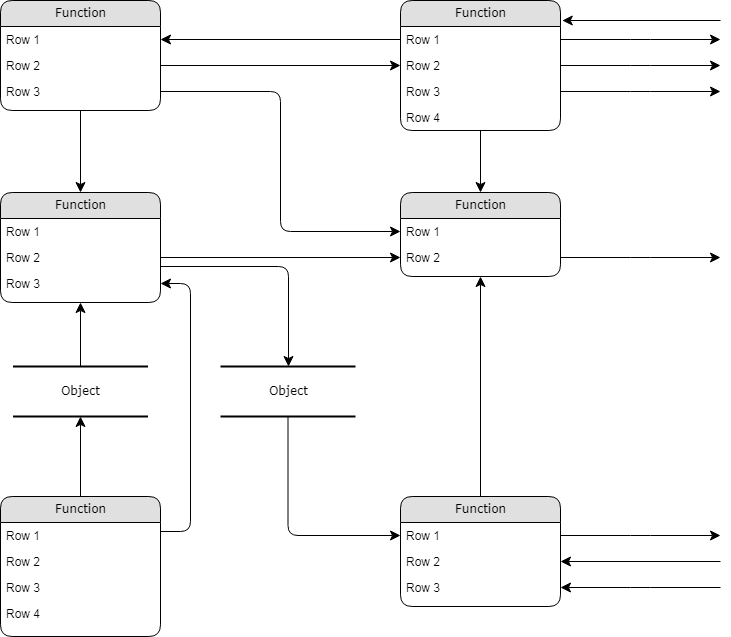
The draw.io diagram DATABASE.drawio.png in jonie20/index, before a commit. Source tidied: cells renumbered, new cells last; positions are measured from the earlier drawing's top-left corner, leaving out a move shared by most shapes. Source of this version:
```xml
<mxGraphModel>
  <root>
    <mxCell id="0" />
    <mxCell id="1" parent="0" />
    <mxCell id="2" value="Object" style="html=1;rounded=0;shadow=0;comic=0;labelBackgroundColor=none;strokeWidth=2;fontFamily=Verdana;fontSize=12;align=center;shape=mxgraph.ios7ui.horLines;" parent="1" vertex="1">
      <mxGeometry x="12.5" y="366" width="135" height="50" as="geometry" />
    </mxCell>
    <mxCell id="3" value="Function" style="swimlane;html=1;fontStyle=0;horizontal=1;startSize=26;fillColor=#e0e0e0;swimlaneFillColor=#ffffff;align=center;rounded=1;shadow=0;comic=0;labelBackgroundColor=none;strokeWidth=1;fontFamily=Verdana;fontSize=12;" parent="1" vertex="1">
      <mxGeometry width="160" height="110" as="geometry" />
    </mxCell>
    <mxCell id="4" value="Row 1" style="text;html=1;strokeColor=none;fillColor=none;spacingLeft=4;spacingRight=4;whiteSpace=wrap;overflow=hidden;points=[[0,0.5],[1,0.5]];portConstraint=eastwest;" parent="3" vertex="1">
      <mxGeometry y="26" width="160" height="26" as="geometry" />
    </mxCell>
    <mxCell id="5" value="Row 2" style="text;html=1;strokeColor=none;fillColor=none;spacingLeft=4;spacingRight=4;whiteSpace=wrap;overflow=hidden;points=[[0,0.5],[1,0.5]];portConstraint=eastwest;" parent="3" vertex="1">
      <mxGeometry y="52" width="160" height="26" as="geometry" />
    </mxCell>
    <mxCell id="6" value="Row 3" style="text;html=1;strokeColor=none;fillColor=none;spacingLeft=4;spacingRight=4;whiteSpace=wrap;overflow=hidden;points=[[0,0.5],[1,0.5]];portConstraint=eastwest;" parent="3" vertex="1">
      <mxGeometry y="78" width="160" height="26" as="geometry" />
    </mxCell>
    <mxCell id="7" value="Function" style="swimlane;html=1;fontStyle=0;horizontal=1;startSize=26;fillColor=#e0e0e0;swimlaneFillColor=#ffffff;align=center;rounded=1;shadow=0;comic=0;labelBackgroundColor=none;strokeWidth=1;fontFamily=Verdana;fontSize=12;" parent="1" vertex="1">
      <mxGeometry x="400" width="160" height="130" as="geometry" />
    </mxCell>
    <mxCell id="8" value="Row 1" style="text;html=1;strokeColor=none;fillColor=none;spacingLeft=4;spacingRight=4;whiteSpace=wrap;overflow=hidden;points=[[0,0.5],[1,0.5]];portConstraint=eastwest;" parent="7" vertex="1">
      <mxGeometry y="26" width="160" height="26" as="geometry" />
    </mxCell>
    <mxCell id="9" value="Row 2" style="text;html=1;strokeColor=none;fillColor=none;spacingLeft=4;spacingRight=4;whiteSpace=wrap;overflow=hidden;points=[[0,0.5],[1,0.5]];portConstraint=eastwest;" parent="7" vertex="1">
      <mxGeometry y="52" width="160" height="26" as="geometry" />
    </mxCell>
    <mxCell id="10" value="Row 3" style="text;html=1;strokeColor=none;fillColor=none;spacingLeft=4;spacingRight=4;whiteSpace=wrap;overflow=hidden;points=[[0,0.5],[1,0.5]];portConstraint=eastwest;" parent="7" vertex="1">
      <mxGeometry y="78" width="160" height="26" as="geometry" />
    </mxCell>
    <mxCell id="11" value="Row 4" style="text;html=1;strokeColor=none;fillColor=none;spacingLeft=4;spacingRight=4;whiteSpace=wrap;overflow=hidden;" parent="7" vertex="1">
      <mxGeometry y="104" width="160" height="26" as="geometry" />
    </mxCell>
    <mxCell id="12" value="Function" style="swimlane;html=1;fontStyle=0;horizontal=1;startSize=26;fillColor=#e0e0e0;swimlaneFillColor=#ffffff;align=center;rounded=1;shadow=0;comic=0;labelBackgroundColor=none;strokeWidth=1;fontFamily=Verdana;fontSize=12;" parent="1" vertex="1">
      <mxGeometry y="192" width="160" height="110" as="geometry" />
    </mxCell>
    <mxCell id="13" value="Row 1" style="text;html=1;strokeColor=none;fillColor=none;spacingLeft=4;spacingRight=4;whiteSpace=wrap;overflow=hidden;" parent="12" vertex="1">
      <mxGeometry y="26" width="160" height="26" as="geometry" />
    </mxCell>
    <mxCell id="14" value="Row 2" style="text;html=1;strokeColor=none;fillColor=none;spacingLeft=4;spacingRight=4;whiteSpace=wrap;overflow=hidden;points=[[0,0.5],[1,0.5]];portConstraint=eastwest;" parent="12" vertex="1">
      <mxGeometry y="52" width="160" height="26" as="geometry" />
    </mxCell>
    <mxCell id="15" value="Row 3" style="text;html=1;strokeColor=none;fillColor=none;spacingLeft=4;spacingRight=4;whiteSpace=wrap;overflow=hidden;points=[[0,0.5],[1,0.5]];portConstraint=eastwest;" parent="12" vertex="1">
      <mxGeometry y="78" width="160" height="26" as="geometry" />
    </mxCell>
    <mxCell id="16" value="Function" style="swimlane;html=1;fontStyle=0;horizontal=1;startSize=26;fillColor=#e0e0e0;swimlaneFillColor=#ffffff;align=center;rounded=1;shadow=0;comic=0;labelBackgroundColor=none;strokeWidth=1;fontFamily=Verdana;fontSize=12;" parent="1" vertex="1">
      <mxGeometry y="496" width="160" height="140" as="geometry" />
    </mxCell>
    <mxCell id="17" value="Row 1" style="text;html=1;strokeColor=none;fillColor=none;spacingLeft=4;spacingRight=4;whiteSpace=wrap;overflow=hidden;" parent="16" vertex="1">
      <mxGeometry y="26" width="160" height="26" as="geometry" />
    </mxCell>
    <mxCell id="18" value="Row 2" style="text;html=1;strokeColor=none;fillColor=none;spacingLeft=4;spacingRight=4;whiteSpace=wrap;overflow=hidden;" parent="16" vertex="1">
      <mxGeometry y="52" width="160" height="26" as="geometry" />
    </mxCell>
    <mxCell id="19" value="Row 3" style="text;html=1;strokeColor=none;fillColor=none;spacingLeft=4;spacingRight=4;whiteSpace=wrap;overflow=hidden;" parent="16" vertex="1">
      <mxGeometry y="78" width="160" height="26" as="geometry" />
    </mxCell>
    <mxCell id="20" value="Row 4" style="text;html=1;strokeColor=none;fillColor=none;spacingLeft=4;spacingRight=4;whiteSpace=wrap;overflow=hidden;" parent="16" vertex="1">
      <mxGeometry y="104" width="160" height="26" as="geometry" />
    </mxCell>
    <mxCell id="21" value="Function" style="swimlane;html=1;fontStyle=0;horizontal=1;startSize=26;fillColor=#e0e0e0;swimlaneFillColor=#ffffff;align=center;rounded=1;shadow=0;comic=0;labelBackgroundColor=none;strokeWidth=1;fontFamily=Verdana;fontSize=12;" parent="1" vertex="1">
      <mxGeometry x="400" y="192" width="160" height="84" as="geometry" />
    </mxCell>
    <mxCell id="22" value="Row 1" style="text;html=1;strokeColor=none;fillColor=none;spacingLeft=4;spacingRight=4;whiteSpace=wrap;overflow=hidden;points=[[0,0.5],[1,0.5]];portConstraint=eastwest;" parent="21" vertex="1">
      <mxGeometry y="26" width="160" height="26" as="geometry" />
    </mxCell>
    <mxCell id="23" value="Row 2" style="text;html=1;strokeColor=none;fillColor=none;spacingLeft=4;spacingRight=4;whiteSpace=wrap;overflow=hidden;points=[[0,0.5],[1,0.5]];portConstraint=eastwest;" parent="21" vertex="1">
      <mxGeometry y="52" width="160" height="26" as="geometry" />
    </mxCell>
    <mxCell id="24" value="Function" style="swimlane;html=1;fontStyle=0;horizontal=1;startSize=26;fillColor=#e0e0e0;swimlaneFillColor=#ffffff;align=center;rounded=1;shadow=0;comic=0;labelBackgroundColor=none;strokeWidth=1;fontFamily=Verdana;fontSize=12;" parent="1" vertex="1">
      <mxGeometry x="400" y="496" width="160" height="110" as="geometry" />
    </mxCell>
    <mxCell id="25" value="Row 1" style="text;html=1;strokeColor=none;fillColor=none;spacingLeft=4;spacingRight=4;whiteSpace=wrap;overflow=hidden;points=[[0,0.5],[1,0.5]];portConstraint=eastwest;" parent="24" vertex="1">
      <mxGeometry y="26" width="160" height="26" as="geometry" />
    </mxCell>
    <mxCell id="26" value="Row 2" style="text;html=1;strokeColor=none;fillColor=none;spacingLeft=4;spacingRight=4;whiteSpace=wrap;overflow=hidden;points=[[0,0.5],[1,0.5]];portConstraint=eastwest;" parent="24" vertex="1">
      <mxGeometry y="52" width="160" height="26" as="geometry" />
    </mxCell>
    <mxCell id="27" value="Row 3" style="text;html=1;strokeColor=none;fillColor=none;spacingLeft=4;spacingRight=4;whiteSpace=wrap;overflow=hidden;points=[[0,0.5],[1,0.5]];portConstraint=eastwest;" parent="24" vertex="1">
      <mxGeometry y="78" width="160" height="26" as="geometry" />
    </mxCell>
    <mxCell id="28" value="Object" style="html=1;rounded=0;shadow=0;comic=0;labelBackgroundColor=none;strokeWidth=2;fontFamily=Verdana;fontSize=12;align=center;shape=mxgraph.ios7ui.horLines;" parent="1" vertex="1">
      <mxGeometry x="220" y="366" width="135" height="50" as="geometry" />
    </mxCell>
    <mxCell id="29" style="edgeStyle=none;html=1;labelBackgroundColor=none;startFill=0;startSize=8;endFill=1;endSize=8;fontFamily=Verdana;fontSize=12;" parent="1" edge="1" source="16" target="2">
      <mxGeometry relative="1" as="geometry" />
    </mxCell>
    <mxCell id="30" style="edgeStyle=none;html=1;labelBackgroundColor=none;startFill=0;startSize=8;endFill=1;endSize=8;fontFamily=Verdana;fontSize=12;" parent="1" edge="1" source="2" target="12">
      <mxGeometry relative="1" as="geometry" />
    </mxCell>
    <mxCell id="31" style="edgeStyle=orthogonalEdgeStyle;html=1;labelBackgroundColor=none;startFill=0;startSize=8;endFill=1;endSize=8;fontFamily=Verdana;fontSize=12;exitX=1;exitY=0.25;entryX=1;entryY=0.5;" parent="1" edge="1" source="16" target="15">
      <mxGeometry relative="1" as="geometry">
        <Array as="points">
          <mxPoint x="190" y="531" />
          <mxPoint x="190" y="283" />
        </Array>
      </mxGeometry>
    </mxCell>
    <mxCell id="32" style="edgeStyle=orthogonalEdgeStyle;html=1;labelBackgroundColor=none;startFill=0;startSize=8;endFill=1;endSize=8;fontFamily=Verdana;fontSize=12;" parent="1" edge="1" source="28" target="25">
      <mxGeometry x="-0.13" y="32" relative="1" as="geometry" />
    </mxCell>
    <mxCell id="33" style="edgeStyle=orthogonalEdgeStyle;html=1;labelBackgroundColor=none;startFill=0;startSize=8;endFill=1;endSize=8;fontFamily=Verdana;fontSize=12;" parent="1" edge="1" source="12" target="28">
      <mxGeometry relative="1" as="geometry">
        <Array as="points">
          <mxPoint x="288" y="266" />
        </Array>
      </mxGeometry>
    </mxCell>
    <mxCell id="34" style="edgeStyle=orthogonalEdgeStyle;html=1;labelBackgroundColor=none;startFill=0;startSize=8;endFill=1;endSize=8;fontFamily=Verdana;fontSize=12;" parent="1" edge="1" source="3" target="12">
      <mxGeometry relative="1" as="geometry" />
    </mxCell>
    <mxCell id="35" style="edgeStyle=orthogonalEdgeStyle;html=1;labelBackgroundColor=none;startFill=0;startSize=8;endFill=1;endSize=8;fontFamily=Verdana;fontSize=12;" parent="1" edge="1" source="24" target="21">
      <mxGeometry relative="1" as="geometry" />
    </mxCell>
    <mxCell id="36" style="edgeStyle=orthogonalEdgeStyle;html=1;labelBackgroundColor=none;startFill=0;startSize=8;endFill=1;endSize=8;fontFamily=Verdana;fontSize=12;" parent="1" edge="1" source="7" target="21">
      <mxGeometry relative="1" as="geometry" />
    </mxCell>
    <mxCell id="37" style="edgeStyle=orthogonalEdgeStyle;html=1;entryX=0;entryY=0.5;labelBackgroundColor=none;startFill=0;startSize=8;endFill=1;endSize=8;fontFamily=Verdana;fontSize=12;exitX=1;exitY=0.5;" parent="1" edge="1" source="5" target="9">
      <mxGeometry relative="1" as="geometry" />
    </mxCell>
    <mxCell id="38" style="edgeStyle=orthogonalEdgeStyle;html=1;exitX=0;exitY=0.5;entryX=1;entryY=0.5;labelBackgroundColor=none;startFill=0;startSize=8;endFill=1;endSize=8;fontFamily=Verdana;fontSize=12;" parent="1" edge="1" source="8" target="4">
      <mxGeometry relative="1" as="geometry" />
    </mxCell>
    <mxCell id="39" style="edgeStyle=orthogonalEdgeStyle;html=1;exitX=1;exitY=0.5;entryX=0;entryY=0.5;labelBackgroundColor=none;startFill=0;startSize=8;endFill=1;endSize=8;fontFamily=Verdana;fontSize=12;" parent="1" edge="1" source="6" target="22">
      <mxGeometry relative="1" as="geometry" />
    </mxCell>
    <mxCell id="40" style="edgeStyle=orthogonalEdgeStyle;html=1;exitX=1;exitY=0.5;entryX=0;entryY=0.5;labelBackgroundColor=none;startFill=0;startSize=8;endFill=1;endSize=8;fontFamily=Verdana;fontSize=12;" parent="1" edge="1" source="14" target="23">
      <mxGeometry relative="1" as="geometry" />
    </mxCell>
    <mxCell id="41" style="edgeStyle=orthogonalEdgeStyle;html=1;labelBackgroundColor=none;startFill=0;startSize=8;endFill=1;endSize=8;fontFamily=Verdana;fontSize=12;" parent="1" edge="1" source="23">
      <mxGeometry relative="1" as="geometry">
        <mxPoint x="720" y="257" as="targetPoint" />
      </mxGeometry>
    </mxCell>
    <mxCell id="42" style="edgeStyle=orthogonalEdgeStyle;html=1;exitX=1;exitY=0.5;labelBackgroundColor=none;startFill=0;startSize=8;endFill=1;endSize=8;fontFamily=Verdana;fontSize=12;" parent="1" edge="1" source="25">
      <mxGeometry relative="1" as="geometry">
        <mxPoint x="720" y="535" as="targetPoint" />
      </mxGeometry>
    </mxCell>
    <mxCell id="43" style="edgeStyle=orthogonalEdgeStyle;html=1;labelBackgroundColor=none;startFill=0;startSize=8;endFill=1;endSize=8;fontFamily=Verdana;fontSize=12;entryX=1;entryY=0.5;" parent="1" edge="1" target="26">
      <mxGeometry relative="1" as="geometry">
        <mxPoint x="720" y="561" as="sourcePoint" />
        <Array as="points">
          <mxPoint x="720" y="561" />
        </Array>
      </mxGeometry>
    </mxCell>
    <mxCell id="44" style="edgeStyle=orthogonalEdgeStyle;html=1;labelBackgroundColor=none;startFill=0;startSize=8;endFill=1;endSize=8;fontFamily=Verdana;fontSize=12;entryX=1;entryY=0.5;" parent="1" edge="1" target="27">
      <mxGeometry relative="1" as="geometry">
        <mxPoint x="720" y="587" as="sourcePoint" />
        <Array as="points">
          <mxPoint x="640" y="587" />
          <mxPoint x="640" y="587" />
        </Array>
      </mxGeometry>
    </mxCell>
    <mxCell id="45" style="edgeStyle=orthogonalEdgeStyle;html=1;exitX=1;exitY=0.5;labelBackgroundColor=none;startFill=0;startSize=8;endFill=1;endSize=8;fontFamily=Verdana;fontSize=12;" parent="1" edge="1" source="8">
      <mxGeometry relative="1" as="geometry">
        <mxPoint x="720" y="39" as="targetPoint" />
      </mxGeometry>
    </mxCell>
    <mxCell id="46" style="edgeStyle=orthogonalEdgeStyle;html=1;exitX=1;exitY=0.5;labelBackgroundColor=none;startFill=0;startSize=8;endFill=1;endSize=8;fontFamily=Verdana;fontSize=12;" parent="1" edge="1" source="9">
      <mxGeometry relative="1" as="geometry">
        <mxPoint x="720" y="65" as="targetPoint" />
      </mxGeometry>
    </mxCell>
    <mxCell id="47" style="edgeStyle=orthogonalEdgeStyle;html=1;exitX=1;exitY=0.5;labelBackgroundColor=none;startFill=0;startSize=8;endFill=1;endSize=8;fontFamily=Verdana;fontSize=12;" parent="1" edge="1" source="10">
      <mxGeometry relative="1" as="geometry">
        <mxPoint x="720" y="91" as="targetPoint" />
      </mxGeometry>
    </mxCell>
    <mxCell id="48" style="edgeStyle=elbowEdgeStyle;html=1;labelBackgroundColor=none;startFill=0;startSize=8;endFill=1;endSize=8;fontFamily=Verdana;fontSize=12;elbow=vertical;entryX=1.011;entryY=0.152;entryPerimeter=0;" parent="1" edge="1" target="7">
      <mxGeometry relative="1" as="geometry">
        <mxPoint x="720" y="20" as="sourcePoint" />
        <Array as="points">
          <mxPoint x="650" y="20" />
        </Array>
      </mxGeometry>
    </mxCell>
  </root>
</mxGraphModel>
```
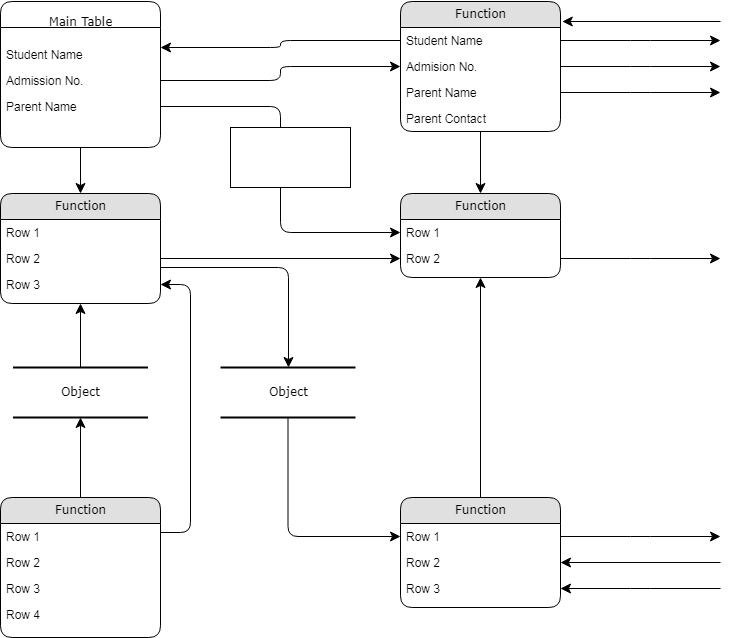
After the change.

The edit, as a diff of the source:
```diff
@@ -5,31 +5,31 @@
     <mxCell id="2" value="Object" style="html=1;rounded=0;shadow=0;comic=0;labelBackgroundColor=none;strokeWidth=2;fontFamily=Verdana;fontSize=12;align=center;shape=mxgraph.ios7ui.horLines;" parent="1" vertex="1">
       <mxGeometry x="12.5" y="366" width="135" height="50" as="geometry" />
     </mxCell>
-    <mxCell id="3" value="Function" style="swimlane;html=1;fontStyle=0;horizontal=1;startSize=26;fillColor=#e0e0e0;swimlaneFillColor=#ffffff;align=center;rounded=1;shadow=0;comic=0;labelBackgroundColor=none;strokeWidth=1;fontFamily=Verdana;fontSize=12;" parent="1" vertex="1">
-      <mxGeometry width="160" height="110" as="geometry" />
+    <mxCell id="3" value="&lt;br&gt;Main Table" style="swimlane;html=1;fontStyle=0;horizontal=1;startSize=26;swimlaneFillColor=#ffffff;align=center;rounded=1;shadow=0;comic=0;labelBackgroundColor=none;strokeWidth=1;fontFamily=Verdana;fontSize=12;" parent="1" vertex="1">
+      <mxGeometry width="160" height="146" as="geometry" />
     </mxCell>
-    <mxCell id="4" value="Row 1" style="text;html=1;strokeColor=none;fillColor=none;spacingLeft=4;spacingRight=4;whiteSpace=wrap;overflow=hidden;points=[[0,0.5],[1,0.5]];portConstraint=eastwest;" parent="3" vertex="1">
-      <mxGeometry y="26" width="160" height="26" as="geometry" />
+    <mxCell id="4" value="&lt;br&gt;Student Name" style="text;html=1;strokeColor=none;fillColor=none;spacingLeft=4;spacingRight=4;whiteSpace=wrap;overflow=hidden;points=[[0,0.5],[1,0.5]];portConstraint=eastwest;" parent="3" vertex="1">
+      <mxGeometry y="26" width="160" height="40" as="geometry" />
     </mxCell>
-    <mxCell id="5" value="Row 2" style="text;html=1;strokeColor=none;fillColor=none;spacingLeft=4;spacingRight=4;whiteSpace=wrap;overflow=hidden;points=[[0,0.5],[1,0.5]];portConstraint=eastwest;" parent="3" vertex="1">
-      <mxGeometry y="52" width="160" height="26" as="geometry" />
+    <mxCell id="5" value="Admission No." style="text;html=1;strokeColor=none;fillColor=none;spacingLeft=4;spacingRight=4;whiteSpace=wrap;overflow=hidden;points=[[0,0.5],[1,0.5]];portConstraint=eastwest;" parent="3" vertex="1">
+      <mxGeometry y="66" width="160" height="26" as="geometry" />
     </mxCell>
-    <mxCell id="6" value="Row 3" style="text;html=1;strokeColor=none;fillColor=none;spacingLeft=4;spacingRight=4;whiteSpace=wrap;overflow=hidden;points=[[0,0.5],[1,0.5]];portConstraint=eastwest;" parent="3" vertex="1">
-      <mxGeometry y="78" width="160" height="26" as="geometry" />
+    <mxCell id="6" value="Parent Name" style="text;html=1;strokeColor=none;fillColor=none;spacingLeft=4;spacingRight=4;whiteSpace=wrap;overflow=hidden;points=[[0,0.5],[1,0.5]];portConstraint=eastwest;" parent="3" vertex="1">
+      <mxGeometry y="92" width="160" height="26" as="geometry" />
     </mxCell>
     <mxCell id="7" value="Function" style="swimlane;html=1;fontStyle=0;horizontal=1;startSize=26;fillColor=#e0e0e0;swimlaneFillColor=#ffffff;align=center;rounded=1;shadow=0;comic=0;labelBackgroundColor=none;strokeWidth=1;fontFamily=Verdana;fontSize=12;" parent="1" vertex="1">
       <mxGeometry x="400" width="160" height="130" as="geometry" />
     </mxCell>
-    <mxCell id="8" value="Row 1" style="text;html=1;strokeColor=none;fillColor=none;spacingLeft=4;spacingRight=4;whiteSpace=wrap;overflow=hidden;points=[[0,0.5],[1,0.5]];portConstraint=eastwest;" parent="7" vertex="1">
+    <mxCell id="8" value="Student Name" style="text;html=1;strokeColor=none;fillColor=none;spacingLeft=4;spacingRight=4;whiteSpace=wrap;overflow=hidden;points=[[0,0.5],[1,0.5]];portConstraint=eastwest;" parent="7" vertex="1">
       <mxGeometry y="26" width="160" height="26" as="geometry" />
     </mxCell>
-    <mxCell id="9" value="Row 2" style="text;html=1;strokeColor=none;fillColor=none;spacingLeft=4;spacingRight=4;whiteSpace=wrap;overflow=hidden;points=[[0,0.5],[1,0.5]];portConstraint=eastwest;" parent="7" vertex="1">
+    <mxCell id="9" value="Admision No." style="text;html=1;strokeColor=none;fillColor=none;spacingLeft=4;spacingRight=4;whiteSpace=wrap;overflow=hidden;points=[[0,0.5],[1,0.5]];portConstraint=eastwest;" parent="7" vertex="1">
       <mxGeometry y="52" width="160" height="26" as="geometry" />
     </mxCell>
-    <mxCell id="10" value="Row 3" style="text;html=1;strokeColor=none;fillColor=none;spacingLeft=4;spacingRight=4;whiteSpace=wrap;overflow=hidden;points=[[0,0.5],[1,0.5]];portConstraint=eastwest;" parent="7" vertex="1">
+    <mxCell id="10" value="Parent Name" style="text;html=1;strokeColor=none;fillColor=none;spacingLeft=4;spacingRight=4;whiteSpace=wrap;overflow=hidden;points=[[0,0.5],[1,0.5]];portConstraint=eastwest;" parent="7" vertex="1">
       <mxGeometry y="78" width="160" height="26" as="geometry" />
     </mxCell>
-    <mxCell id="11" value="Row 4" style="text;html=1;strokeColor=none;fillColor=none;spacingLeft=4;spacingRight=4;whiteSpace=wrap;overflow=hidden;" parent="7" vertex="1">
+    <mxCell id="11" value="Parent Contact" style="text;html=1;strokeColor=none;fillColor=none;spacingLeft=4;spacingRight=4;whiteSpace=wrap;overflow=hidden;" parent="7" vertex="1">
       <mxGeometry y="104" width="160" height="26" as="geometry" />
     </mxCell>
     <mxCell id="12" value="Function" style="swimlane;html=1;fontStyle=0;horizontal=1;startSize=26;fillColor=#e0e0e0;swimlaneFillColor=#ffffff;align=center;rounded=1;shadow=0;comic=0;labelBackgroundColor=none;strokeWidth=1;fontFamily=Verdana;fontSize=12;" parent="1" vertex="1">
@@ -178,5 +178,11 @@
         </Array>
       </mxGeometry>
     </mxCell>
+    <mxCell id="49" style="rounded=0;whiteSpace=wrap;html=1;" parent="1" vertex="1">
+      <mxGeometry x="230" y="126" width="120" height="60" as="geometry" />
+    </mxCell>
+    <mxCell id="50" style="rounded=0;whiteSpace=wrap;html=1;" parent="1" vertex="1">
+      <mxGeometry x="230" y="126" width="120" height="60" as="geometry" />
+    </mxCell>
   </root>
 </mxGraphModel>
```
